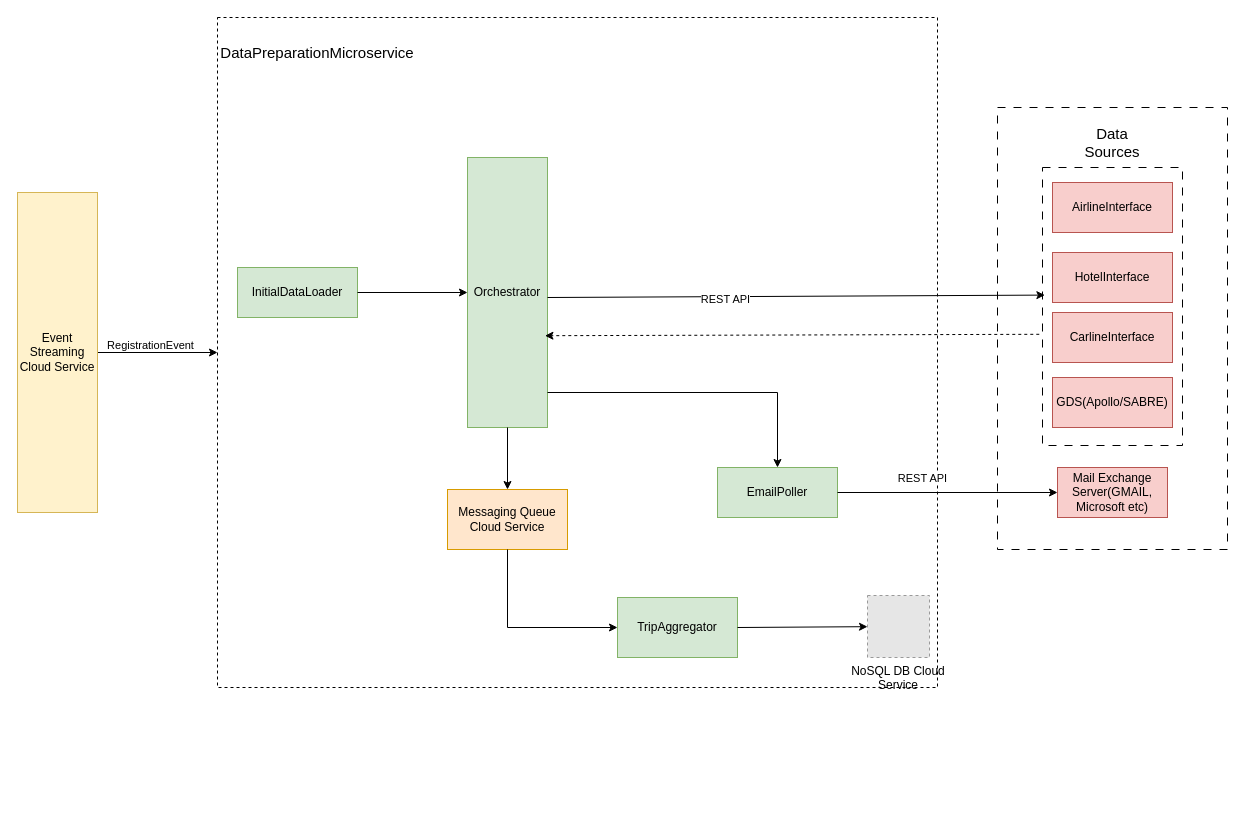
This is Diagrams/IndividualComponentDiagrams/RawFiles/InitialDataLoader.drawio from beyond-blueprints/arch-katas-2023, a draw.io file, before an edit. Source tidied: cells renumbered, new cells numbered last; positions are measured from the earlier drawing's top-left corner, leaving out a move shared by most shapes. Both pictures are drawn from the tidied source at 100%, with x=0, y=0 at pixel (17, 17). Pictures stored in the file or linked from it are replaced by grey dashed boxes.
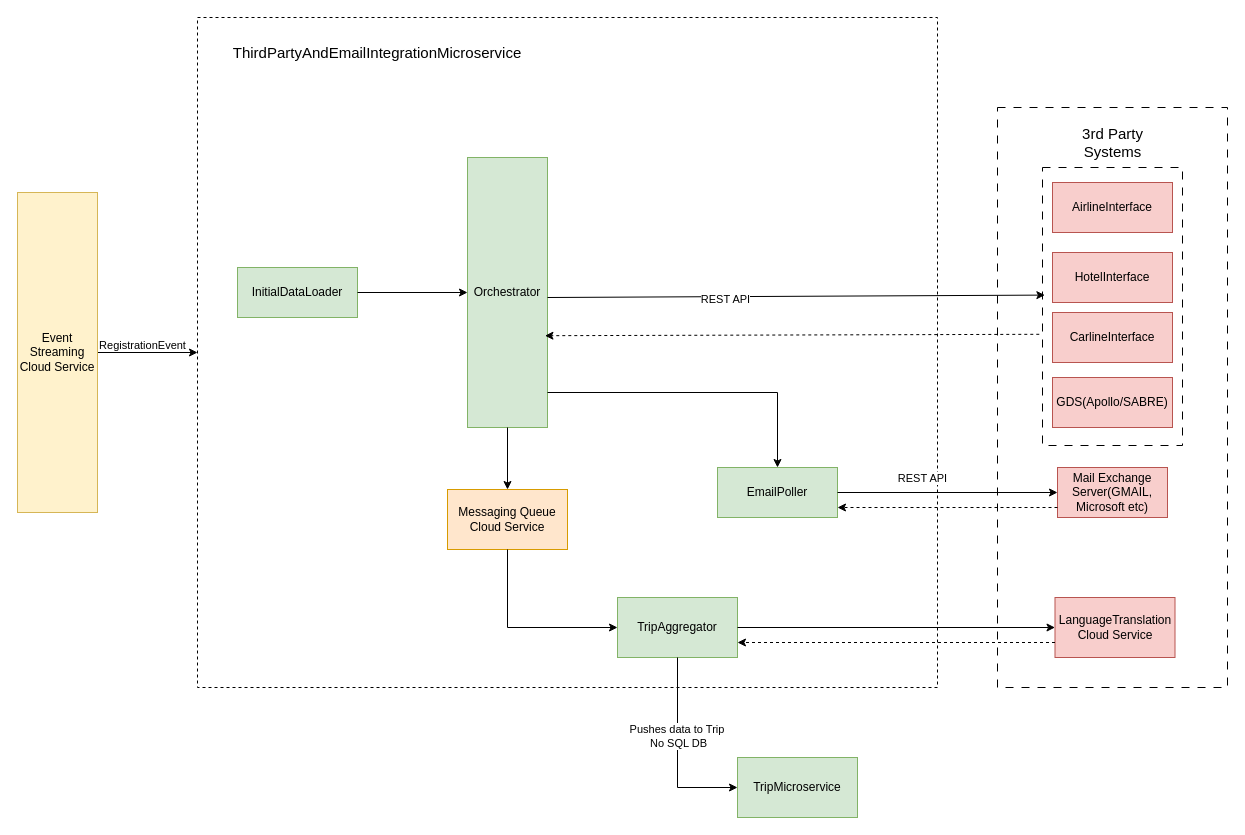
Above is the later version.

Unchanged cells that the change refers to:
```xml
<mxCell id="23" value="TripAggregator" style="rounded=0;whiteSpace=wrap;html=1;fillColor=#d5e8d4;strokeColor=#82b366;" parent="1" vertex="1">
  <mxGeometry x="600" y="580" width="120" height="60" as="geometry" />
</mxCell>
```

Change to the diagram source:
```diff
@@
     <mxCell id="2" style="rounded=0;whiteSpace=wrap;html=1;dashed=1;fillColor=none;" parent="1" vertex="1">
-      <mxGeometry x="200" width="720" height="670" as="geometry" />
+      <mxGeometry x="180" width="740" height="670" as="geometry" />
     </mxCell>
     <mxCell id="3" style="rounded=0;whiteSpace=wrap;html=1;fillColor=none;dashed=1;dashPattern=8 8;" parent="1" vertex="1">
-      <mxGeometry x="980" y="90" width="230" height="442" as="geometry" />
+      <mxGeometry x="980" y="90" width="230" height="580" as="geometry" />
     </mxCell>
@@
-    <mxCell id="5" value="DataPreparationMicroservice" style="text;html=1;strokeColor=none;fillColor=none;align=center;verticalAlign=middle;whiteSpace=wrap;rounded=0;fontSize=15;" parent="1" vertex="1">
-      <mxGeometry x="270" y="20" width="60" height="30" as="geometry" />
+    <mxCell id="5" value="ThirdPartyAndEmailIntegrationMicroservice" style="text;html=1;strokeColor=none;fillColor=none;align=center;verticalAlign=middle;whiteSpace=wrap;rounded=0;fontSize=15;" parent="1" vertex="1">
+      <mxGeometry x="330" y="20" width="60" height="30" as="geometry" />
     </mxCell>
@@
-    <mxCell id="24" value="NoSQL DB Cloud&#10;Service" style="fillColor=#E6E6E6;strokeColor=#999999;dashed=1;verticalLabelPosition=bottom;verticalAlign=top;" parent="1" vertex="1">
-      <mxGeometry x="850" y="578" width="62" height="62" as="geometry" />
-    </mxCell>
-    <mxCell id="25" style="endArrow=classic;html=1;rounded=0;" parent="1" edge="1" target="24">
+    <mxCell id="25" style="endArrow=classic;html=1;rounded=0;entryX=0;entryY=0.5;entryDx=0;entryDy=0;exitX=0.5;exitY=1;exitDx=0;exitDy=0;" parent="1" edge="1" source="23" target="32">
       <mxGeometry relative="1" as="geometry">
-        <mxPoint x="720" y="610" as="sourcePoint" />
+        <Array as="points">
+          <mxPoint x="660" y="770" />
+        </Array>
       </mxGeometry>
     </mxCell>
+    <mxCell id="31" value="Pushes data to Trip&amp;nbsp;&lt;br&gt;No SQL DB" style="edgeLabel;html=1;align=center;verticalAlign=middle;" parent="25" vertex="1">
+      <mxGeometry x="-0.18" relative="1" as="geometry" />
+    </mxCell>
@@
-    <mxCell id="30" value="Data Sources" style="text;html=1;strokeColor=none;fillColor=none;align=center;verticalAlign=middle;whiteSpace=wrap;rounded=0;fontSize=15;" parent="1" vertex="1">
-      <mxGeometry x="1065" y="110" width="60" height="30" as="geometry" />
+    <mxCell id="30" value="3rd Party Systems" style="text;html=1;strokeColor=none;fillColor=none;align=center;verticalAlign=middle;whiteSpace=wrap;rounded=0;fontSize=15;" parent="1" vertex="1">
+      <mxGeometry x="1037.5" y="110" width="115" height="30" as="geometry" />
     </mxCell>
+    <mxCell id="32" value="TripMicroservice" style="rounded=0;whiteSpace=wrap;html=1;fillColor=#d5e8d4;strokeColor=#82b366;" parent="1" vertex="1">
+      <mxGeometry x="720" y="740" width="120" height="60" as="geometry" />
+    </mxCell>
+    <mxCell id="33" value="LanguageTranslation&lt;br&gt;Cloud Service" style="rounded=0;whiteSpace=wrap;html=1;fillColor=#f8cecc;strokeColor=#b85450;" parent="1" vertex="1">
+      <mxGeometry x="1037.5" y="580" width="120" height="60" as="geometry" />
+    </mxCell>
+    <mxCell id="34" style="endArrow=classic;html=1;rounded=0;exitX=1;exitY=0.5;exitDx=0;exitDy=0;entryX=0;entryY=0.5;entryDx=0;entryDy=0;" parent="1" edge="1" source="23" target="33">
+      <mxGeometry relative="1" as="geometry" />
+    </mxCell>
+    <mxCell id="35" style="endArrow=classic;html=1;rounded=0;exitX=0;exitY=0.75;exitDx=0;exitDy=0;entryX=1;entryY=0.75;entryDx=0;entryDy=0;strokeColor=default;dashed=1;" parent="1" edge="1" source="33" target="23">
+      <mxGeometry relative="1" as="geometry" />
+    </mxCell>
+    <mxCell id="36" style="endArrow=classic;html=1;rounded=0;exitX=0;exitY=0.75;exitDx=0;exitDy=0;strokeColor=default;dashed=1;" parent="1" edge="1">
+      <mxGeometry relative="1" as="geometry">
+        <mxPoint x="1040" y="490" as="sourcePoint" />
+        <mxPoint x="820" y="490" as="targetPoint" />
+      </mxGeometry>
+    </mxCell>
```
